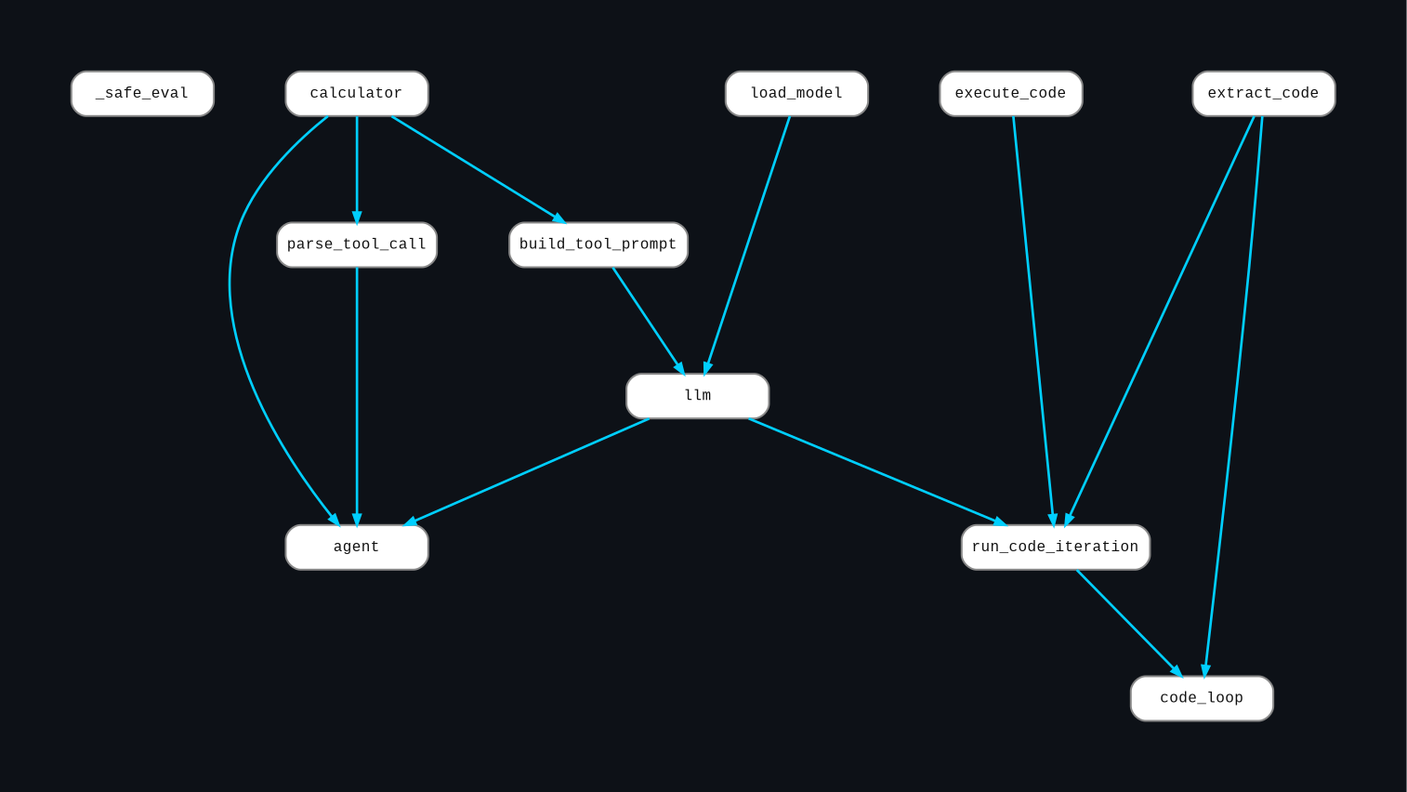
Above: callgraphs/agent-plus.png in Zianwalk/llm-agent (Graphviz), before the change. Its source is kept beside it as callgraphs/agent-plus.dot.
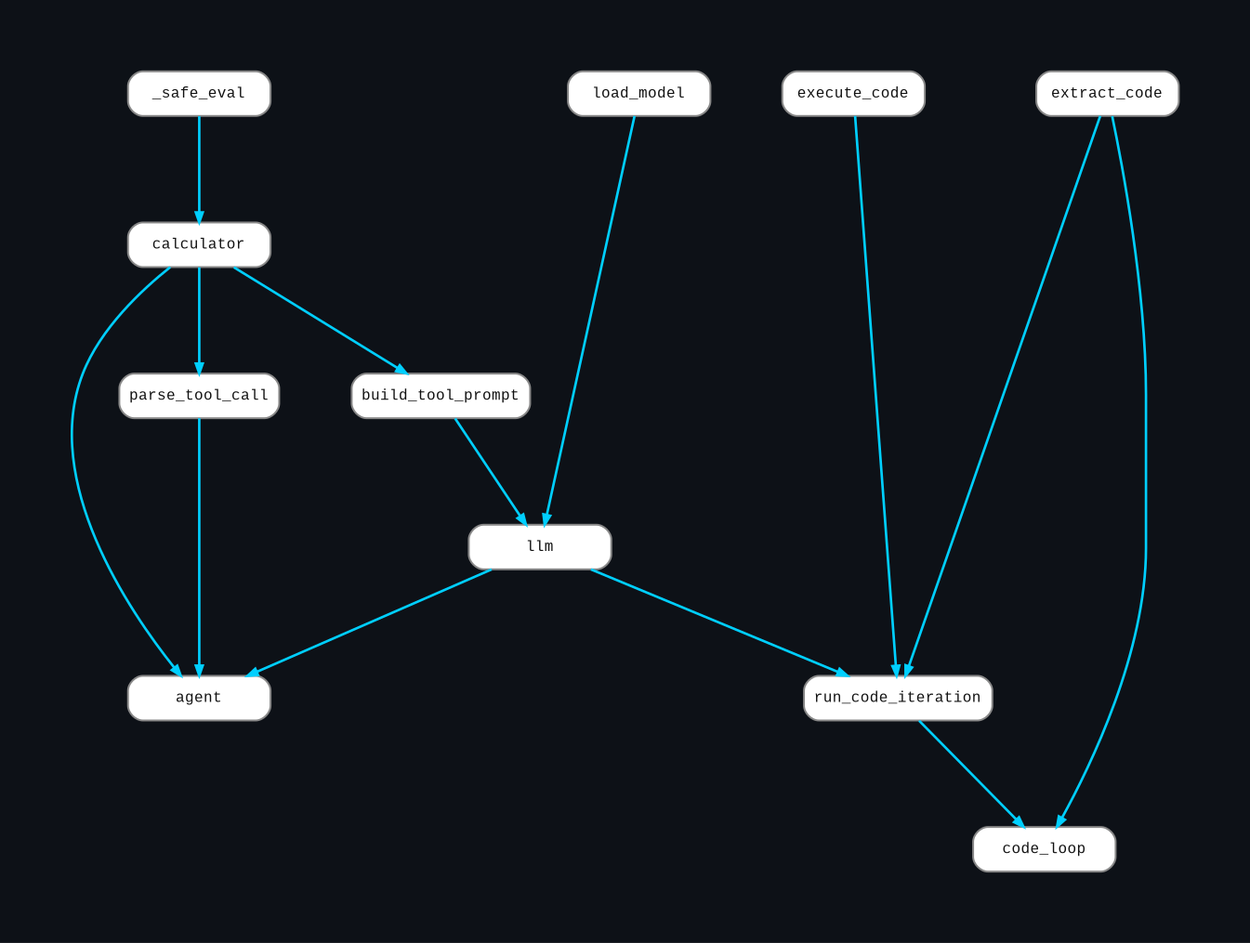
The same diagram one commit later.

Change to the diagram source:
```diff
@@ -3,7 +3,8 @@
   node  [shape=box, style="filled,rounded", fillcolor="white", fontcolor="#111111",
          fontname="Courier New", fontsize=12, color="#888888", width=1.6, penwidth=1.5];
   edge  [arrowsize=0.8, penwidth=2.0];
-  { rank=same; _safe_eval; calculator; execute_code; extract_code; load_model }
+  { rank=same; _safe_eval; execute_code; extract_code; load_model }
+  { rank=same; calculator }
   { rank=same; build_tool_prompt; parse_tool_call }
   { rank=same; llm }
   { rank=same; agent; run_code_iteration }
@@ -19,6 +20,7 @@
   load_model [label="load_model"];
   parse_tool_call [label="parse_tool_call"];
   run_code_iteration [label="run_code_iteration"];
+  _safe_eval -> calculator [color="#00cfff", penwidth=2.0];
   build_tool_prompt -> llm [color="#00cfff", penwidth=2.0];
   calculator -> agent [color="#00cfff", penwidth=2.0];
   calculator -> build_tool_prompt [color="#00cfff", penwidth=2.0];
```
